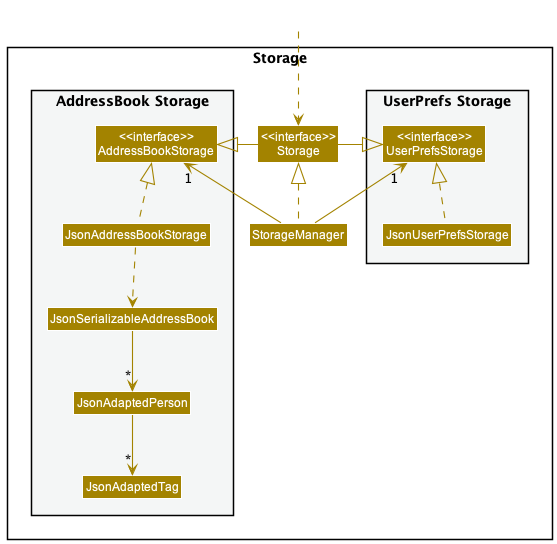
Before: docs/images/StorageClassDiagram.png, a diagram exported from PlantUML (nus-cs2103-AY2223S2/tp).
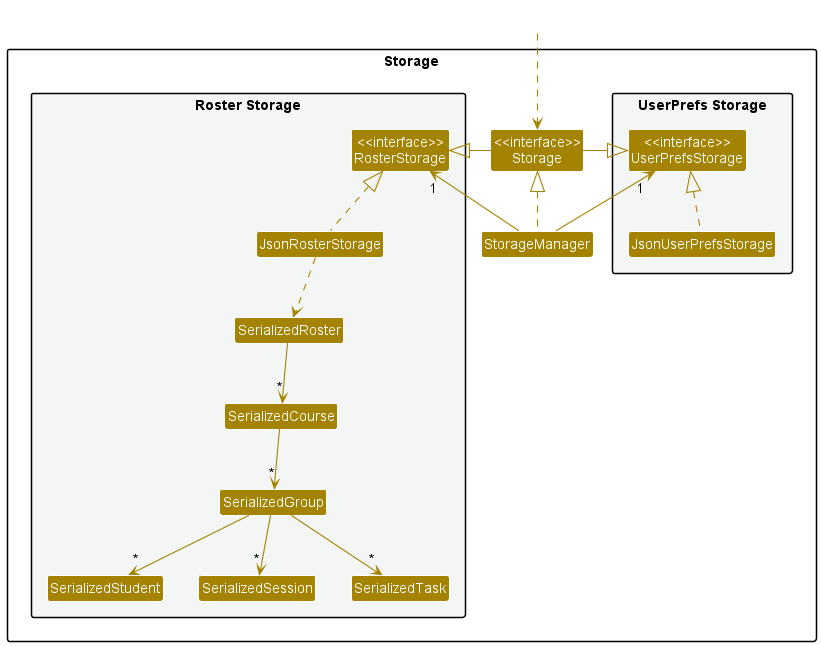
Later version of the same file.

Commit message:
Replace old storage class diagram with updated image

Diff of the diagram source:
```diff
@@ -14,12 +14,15 @@
 Class "<<interface>>\nStorage" as Storage
 Class StorageManager
 
-package "AddressBook Storage" #F4F6F6{
-Class "<<interface>>\nAddressBookStorage" as AddressBookStorage
-Class JsonAddressBookStorage
-Class JsonSerializableAddressBook
-Class JsonAdaptedPerson
-Class JsonAdaptedTag
+package "Roster Storage" #F4F6F6{
+Class "<<interface>>\nRosterStorage" as RosterStorage
+Class JsonRosterStorage
+Class SerializedRoster
+Class SerializedCourse
+Class SerializedGroup
+Class SerializedStudent
+Class SerializedSession
+Class SerializedTask
 }
 
 }
@@ -29,15 +32,18 @@
 
 StorageManager .up.|> Storage
 StorageManager -up-> "1" UserPrefsStorage
-StorageManager -up-> "1" AddressBookStorage
+StorageManager -up-> "1" RosterStorage
 
 Storage -left-|> UserPrefsStorage
-Storage -right-|> AddressBookStorage
+Storage -right-|> RosterStorage
 
 JsonUserPrefsStorage .up.|> UserPrefsStorage
-JsonAddressBookStorage .up.|> AddressBookStorage
-JsonAddressBookStorage ..> JsonSerializableAddressBook
-JsonSerializableAddressBook --> "*" JsonAdaptedPerson
-JsonAdaptedPerson --> "*" JsonAdaptedTag
+JsonRosterStorage .up.|> RosterStorage
+JsonRosterStorage ..> SerializedRoster
+SerializedRoster --> "*" SerializedCourse
+SerializedCourse --> "*" SerializedGroup
+SerializedGroup --> "*" SerializedStudent
+SerializedGroup --> "*" SerializedTask
+SerializedGroup --> "*" SerializedSession
 
 @enduml
```
